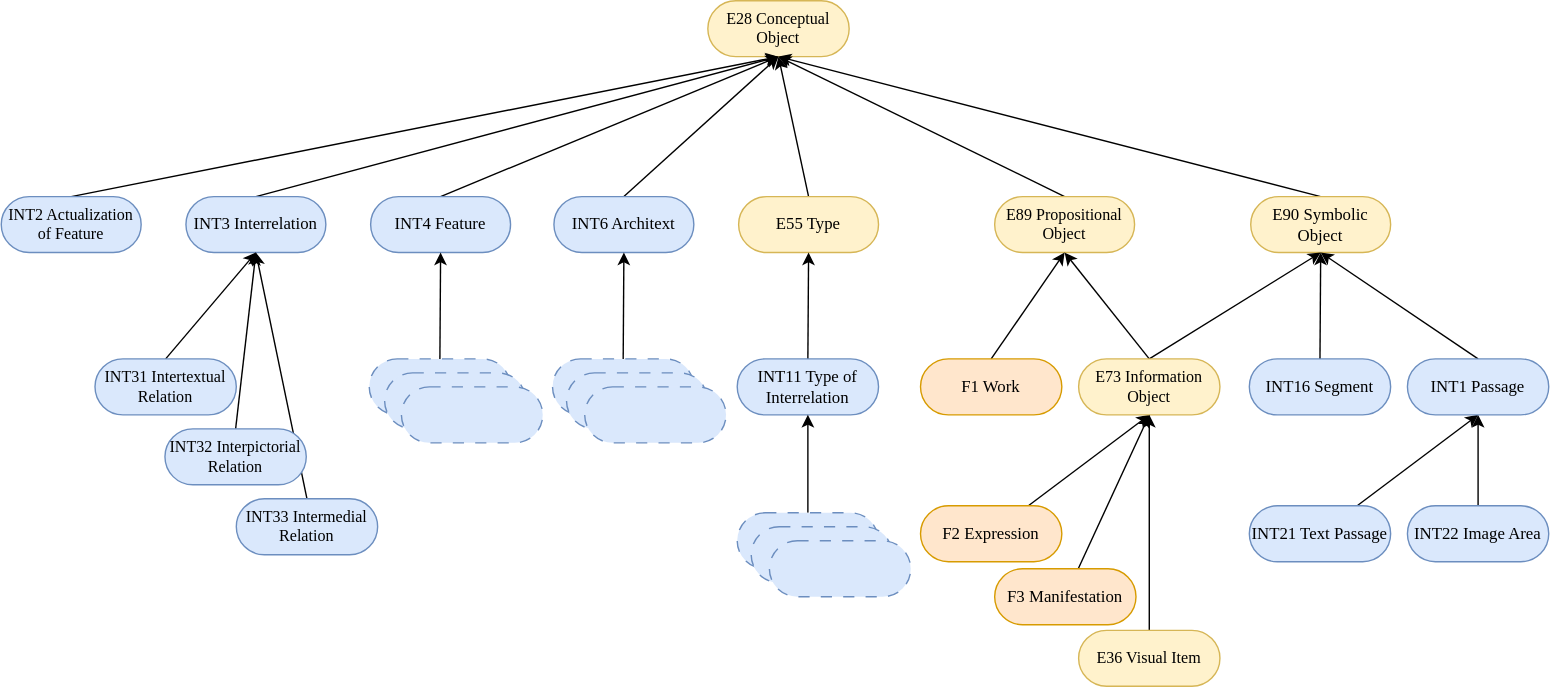
Above: img/INTRO_class_hierarchy.svg in BOberreither/INTRO (draw.io), before the change. Source tidied: cells renumbered, new cells last; positions are measured from the earlier drawing's top-left corner, leaving out a move shared by most shapes.
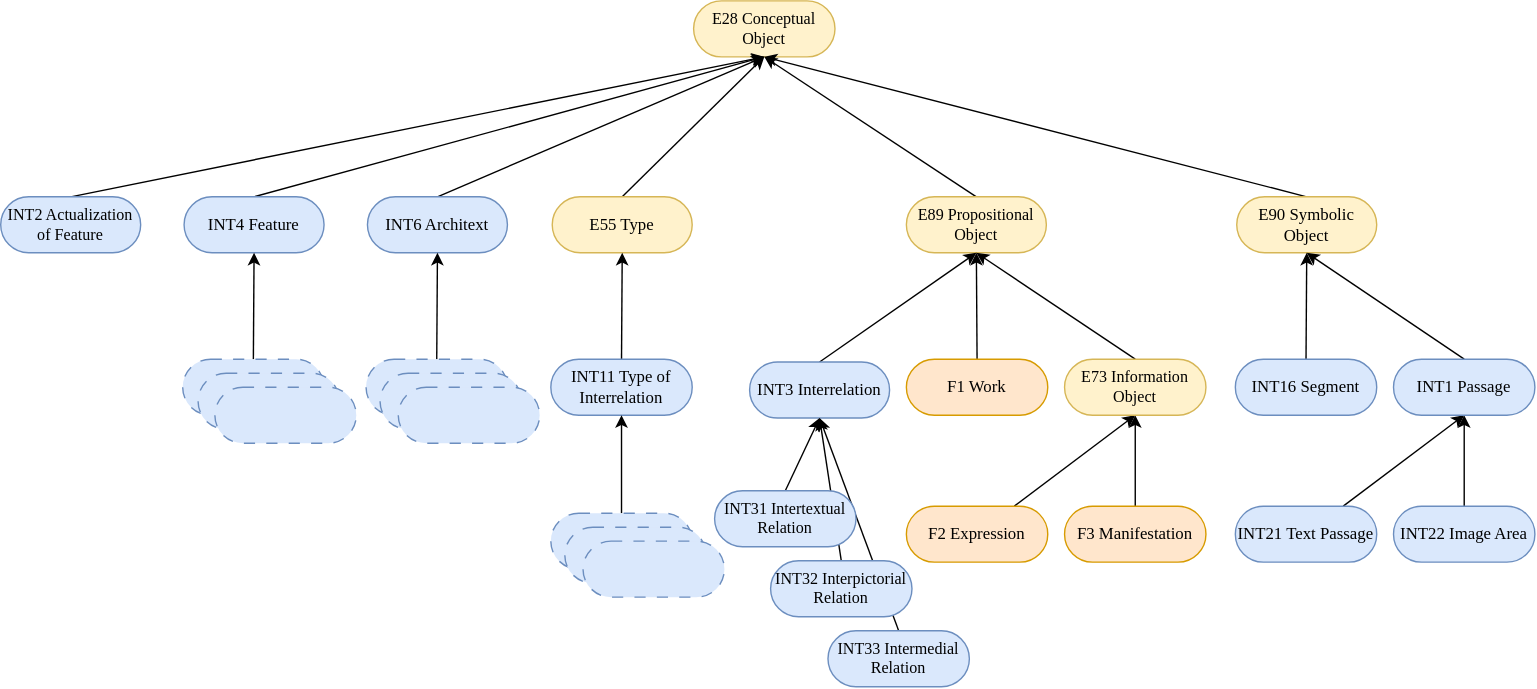
The same file after the commit.

What changed in the source:
```diff
@@ -9,13 +9,13 @@
       <mxGeometry relative="1" as="geometry" />
     </mxCell>
     <mxCell id="4" value="E55 Type&lt;span style=&quot;color: rgba(0, 0, 0, 0); font-size: 0px; text-align: start; text-wrap-mode: nowrap;&quot;&gt;%3CmxGraphModel%3E%3Croot%3E%3CmxCell%20id%3D%220%22%2F%3E%3CmxCell%20id%3D%221%22%20parent%3D%220%22%2F%3E%3CmxCell%20id%3D%222%22%20value%3D%22E28%20Conceptual%20Object%22%20style%3D%22rounded%3D1%3BwhiteSpace%3Dwrap%3Bhtml%3D1%3BperimeterSpacing%3D0%3BarcSize%3D50%3B%22%20vertex%3D%221%22%20parent%3D%221%22%3E%3CmxGeometry%20x%3D%22363%22%20y%3D%2220%22%20width%3D%22101%22%20height%3D%2240%22%20as%3D%22geometry%22%2F%3E%3C%2FmxCell%3E%3C%2Froot%3E%3C%2FmxGraphModel%3E&lt;/span&gt;" style="rounded=1;html=1;perimeterSpacing=0;arcSize=50;whiteSpace=wrap;fontFamily=Verdana;spacingTop=0;spacingBottom=0;spacing=2;fillColor=#fff2cc;strokeColor=#d6b656;" parent="1" vertex="1">
-      <mxGeometry x="527" y="140" width="100" height="40" as="geometry" />
+      <mxGeometry x="404" y="140" width="100" height="40" as="geometry" />
     </mxCell>
     <mxCell id="5" style="rounded=1;jettySize=auto;html=1;exitX=0.5;exitY=0;exitDx=0;exitDy=0;entryX=0.5;entryY=1;entryDx=0;entryDy=0;fontFamily=Verdana;spacingTop=0;spacingBottom=0;spacing=2;" parent="1" edge="1" source="6" target="2">
       <mxGeometry relative="1" as="geometry" />
     </mxCell>
     <mxCell id="6" value="E89 Propositional Object" style="rounded=1;html=1;perimeterSpacing=0;arcSize=50;whiteSpace=wrap;fontFamily=Verdana;spacingTop=0;spacingBottom=0;spacing=2;fillColor=#fff2cc;strokeColor=#d6b656;fontSize=11.5;" parent="1" vertex="1">
-      <mxGeometry x="710" y="140" width="100" height="40" as="geometry" />
+      <mxGeometry x="657" y="140" width="100" height="40" as="geometry" />
     </mxCell>
     <mxCell id="7" style="rounded=1;jettySize=auto;html=1;exitX=0.5;exitY=0;exitDx=0;exitDy=0;entryX=0.5;entryY=1;entryDx=0;entryDy=0;fontFamily=Verdana;spacingTop=0;spacingBottom=0;spacing=2;" parent="1" edge="1" source="8" target="2">
       <mxGeometry relative="1" as="geometry" />
@@ -27,25 +27,25 @@
       <mxGeometry relative="1" as="geometry" />
     </mxCell>
     <mxCell id="10" value="INT2 Actualization of Feature" style="rounded=1;html=1;perimeterSpacing=0;arcSize=50;whiteSpace=wrap;fontFamily=Verdana;spacingTop=0;spacingBottom=0;spacing=2;fillColor=#dae8fc;strokeColor=#6c8ebf;fontSize=11.5;" parent="1" vertex="1">
-      <mxGeometry y="140" width="100" height="40" as="geometry" />
+      <mxGeometry x="10" y="140" width="100" height="40" as="geometry" />
     </mxCell>
-    <mxCell id="11" style="rounded=1;jettySize=auto;html=1;exitX=0.5;exitY=0;exitDx=0;exitDy=0;entryX=0.5;entryY=1;entryDx=0;entryDy=0;fontFamily=Verdana;spacingTop=0;spacingBottom=0;spacing=2;" parent="1" edge="1" source="12" target="2">
+    <mxCell id="11" style="rounded=1;jettySize=auto;html=1;exitX=0.5;exitY=0;exitDx=0;exitDy=0;entryX=0.5;entryY=1;entryDx=0;entryDy=0;fontFamily=Verdana;spacingTop=0;spacingBottom=0;spacing=2;" parent="1" edge="1" source="12" target="6">
       <mxGeometry relative="1" as="geometry" />
     </mxCell>
     <mxCell id="12" value="INT3 Interrelation" style="rounded=1;html=1;perimeterSpacing=0;arcSize=50;whiteSpace=wrap;fontFamily=Verdana;spacingTop=0;spacingBottom=0;spacing=2;fillColor=#dae8fc;strokeColor=#6c8ebf;" parent="1" vertex="1">
-      <mxGeometry x="132" y="140" width="100" height="40" as="geometry" />
+      <mxGeometry x="545" y="258" width="100" height="40" as="geometry" />
     </mxCell>
     <mxCell id="13" style="rounded=1;jettySize=auto;html=1;exitX=0.5;exitY=0;exitDx=0;exitDy=0;entryX=0.5;entryY=1;entryDx=0;entryDy=0;fontFamily=Verdana;spacingTop=0;spacingBottom=0;spacing=2;" parent="1" edge="1" source="14" target="2">
       <mxGeometry relative="1" as="geometry" />
     </mxCell>
     <mxCell id="14" value="INT4 Feature" style="rounded=1;html=1;perimeterSpacing=0;arcSize=50;whiteSpace=wrap;fontFamily=Verdana;spacingTop=0;spacingBottom=0;spacing=2;fillColor=#dae8fc;strokeColor=#6c8ebf;" parent="1" vertex="1">
-      <mxGeometry x="264" y="140" width="100" height="40" as="geometry" />
+      <mxGeometry x="141" y="140" width="100" height="40" as="geometry" />
     </mxCell>
     <mxCell id="15" style="rounded=1;jettySize=auto;html=1;exitX=0.5;exitY=0;exitDx=0;exitDy=0;entryX=0.5;entryY=1;entryDx=0;entryDy=0;fontFamily=Verdana;spacingTop=0;spacingBottom=0;spacing=2;" parent="1" edge="1" source="16" target="2">
       <mxGeometry relative="1" as="geometry" />
     </mxCell>
     <mxCell id="16" value="INT6 Architext" style="rounded=1;html=1;perimeterSpacing=0;arcSize=50;whiteSpace=wrap;fontFamily=Verdana;spacingTop=0;spacingBottom=0;spacing=2;fillColor=#dae8fc;strokeColor=#6c8ebf;" parent="1" vertex="1">
-      <mxGeometry x="395" y="140" width="100" height="40" as="geometry" />
+      <mxGeometry x="272" y="140" width="100" height="40" as="geometry" />
     </mxCell>
     <mxCell id="17" style="rounded=1;jettySize=auto;html=1;exitX=0.5;exitY=0;exitDx=0;exitDy=0;entryX=0.5;entryY=1;entryDx=0;entryDy=0;fontFamily=Verdana;spacingTop=0;spacingBottom=0;spacing=2;" parent="1" edge="1" source="27" target="4">
       <mxGeometry relative="1" as="geometry" />
@@ -78,7 +78,7 @@
       <mxGeometry relative="1" as="geometry" />
     </mxCell>
     <mxCell id="27" value="INT11 Type of Interrelation" style="rounded=1;html=1;perimeterSpacing=0;arcSize=50;whiteSpace=wrap;fontFamily=Verdana;spacingTop=0;spacingBottom=0;spacing=2;fillColor=#dae8fc;strokeColor=#6c8ebf;" parent="1" vertex="1">
-      <mxGeometry x="526" y="256" width="101" height="40" as="geometry" />
+      <mxGeometry x="403" y="256" width="101" height="40" as="geometry" />
     </mxCell>
     <mxCell id="28" style="rounded=1;jettySize=auto;html=1;entryX=0.5;entryY=1;entryDx=0;entryDy=0;fontFamily=Verdana;spacingTop=0;spacingBottom=0;spacing=2;" parent="1" edge="1" source="29" target="44">
       <mxGeometry relative="1" as="geometry" />
@@ -105,23 +105,20 @@
       <mxGeometry x="657" y="361" width="101" height="40" as="geometry" />
     </mxCell>
     <mxCell id="36" value="F3 Manifestation" style="rounded=1;html=1;perimeterSpacing=0;arcSize=50;whiteSpace=wrap;fontFamily=Verdana;spacingTop=0;spacingBottom=0;spacing=2;fillColor=#ffe6cc;strokeColor=#d79b00;" parent="1" vertex="1">
-      <mxGeometry x="710" y="406" width="101" height="40" as="geometry" />
+      <mxGeometry x="770" y="361" width="101" height="40" as="geometry" />
     </mxCell>
     <mxCell id="37" value="INT31 Intertextual Relation" style="rounded=1;html=1;perimeterSpacing=0;arcSize=50;whiteSpace=wrap;fontFamily=Verdana;spacingTop=0;spacingBottom=0;spacing=2;fillColor=#dae8fc;strokeColor=#6c8ebf;fontSize=11.5;" parent="1" vertex="1">
-      <mxGeometry x="67" y="256" width="101" height="40" as="geometry" />
+      <mxGeometry x="520" y="350" width="101" height="40" as="geometry" />
     </mxCell>
     <mxCell id="38" value="INT32 Interpictorial Relation" style="rounded=1;html=1;perimeterSpacing=0;arcSize=50;whiteSpace=wrap;fontFamily=Verdana;spacingTop=0;spacingBottom=0;spacing=2;fillColor=#dae8fc;strokeColor=#6c8ebf;fontSize=11.5;" parent="1" vertex="1">
-      <mxGeometry x="117" y="306" width="101" height="40" as="geometry" />
+      <mxGeometry x="560" y="400" width="101" height="40" as="geometry" />
     </mxCell>
     <mxCell id="39" value="INT33 Intermedial Relation" style="rounded=1;html=1;perimeterSpacing=0;arcSize=50;whiteSpace=wrap;fontFamily=Verdana;spacingTop=0;spacingBottom=0;spacing=2;fillColor=#dae8fc;strokeColor=#6c8ebf;fontSize=11.5;" parent="1" vertex="1">
-      <mxGeometry x="168" y="356" width="101" height="40" as="geometry" />
+      <mxGeometry x="601" y="450" width="101" height="40" as="geometry" />
     </mxCell>
     <mxCell id="40" value="F1 Work" style="rounded=1;html=1;perimeterSpacing=0;arcSize=50;whiteSpace=wrap;fontFamily=Verdana;spacingTop=0;spacingBottom=0;spacing=2;fillColor=#ffe6cc;strokeColor=#d79b00;" parent="1" vertex="1">
       <mxGeometry x="657" y="256" width="101" height="40" as="geometry" />
     </mxCell>
-    <mxCell id="41" style="rounded=0;jettySize=auto;html=1;exitX=0.5;exitY=0;exitDx=0;exitDy=0;entryX=0.5;entryY=1;entryDx=0;entryDy=0;" parent="1" edge="1" source="42" target="8">
-      <mxGeometry relative="1" as="geometry" />
-    </mxCell>
     <mxCell id="42" value="E73 Information Object" style="rounded=1;html=1;perimeterSpacing=0;arcSize=50;whiteSpace=wrap;fontFamily=Verdana;spacingTop=0;spacingBottom=0;spacing=2;fillColor=#fff2cc;strokeColor=#d6b656;fontSize=11.5;" parent="1" vertex="1">
       <mxGeometry x="770" y="256" width="101" height="40" as="geometry" />
     </mxCell>
@@ -132,37 +129,31 @@
       <mxGeometry x="1005" y="256" width="101" height="40" as="geometry" />
     </mxCell>
     <mxCell id="45" style="rounded=1;html=1;perimeterSpacing=0;arcSize=50;dashed=1;dashPattern=8 8;whiteSpace=wrap;fontFamily=Verdana;spacingTop=0;spacingBottom=0;spacing=2;fillColor=#dae8fc;strokeColor=#6c8ebf;" parent="1" vertex="1">
-      <mxGeometry x="263" y="256" width="101" height="40" as="geometry" />
+      <mxGeometry x="140" y="256" width="101" height="40" as="geometry" />
     </mxCell>
     <mxCell id="46" style="rounded=1;html=1;perimeterSpacing=0;arcSize=50;dashed=1;dashPattern=8 8;whiteSpace=wrap;fontFamily=Verdana;spacingTop=0;spacingBottom=0;spacing=2;fillColor=#dae8fc;strokeColor=#6c8ebf;" parent="1" vertex="1">
-      <mxGeometry x="274" y="266" width="101" height="40" as="geometry" />
+      <mxGeometry x="151" y="266" width="101" height="40" as="geometry" />
     </mxCell>
     <mxCell id="47" style="rounded=1;html=1;perimeterSpacing=0;arcSize=50;dashed=1;dashPattern=8 8;whiteSpace=wrap;fontFamily=Verdana;spacingTop=0;spacingBottom=0;spacing=2;fillColor=#dae8fc;strokeColor=#6c8ebf;" parent="1" vertex="1">
-      <mxGeometry x="286" y="276" width="101" height="40" as="geometry" />
+      <mxGeometry x="163" y="276" width="101" height="40" as="geometry" />
     </mxCell>
     <mxCell id="48" style="rounded=1;html=1;perimeterSpacing=0;arcSize=50;dashed=1;dashPattern=8 8;whiteSpace=wrap;fontFamily=Verdana;spacingTop=0;spacingBottom=0;spacing=2;fillColor=#dae8fc;strokeColor=#6c8ebf;" parent="1" vertex="1">
-      <mxGeometry x="394" y="256" width="101" height="40" as="geometry" />
+      <mxGeometry x="271" y="256" width="101" height="40" as="geometry" />
     </mxCell>
     <mxCell id="49" style="rounded=1;html=1;perimeterSpacing=0;arcSize=50;dashed=1;dashPattern=8 8;whiteSpace=wrap;fontFamily=Verdana;spacingTop=0;spacingBottom=0;spacing=2;fillColor=#dae8fc;strokeColor=#6c8ebf;" parent="1" vertex="1">
-      <mxGeometry x="404" y="266" width="101" height="40" as="geometry" />
+      <mxGeometry x="281" y="266" width="101" height="40" as="geometry" />
     </mxCell>
     <mxCell id="50" style="rounded=1;html=1;perimeterSpacing=0;arcSize=50;dashed=1;dashPattern=8 8;whiteSpace=wrap;fontFamily=Verdana;spacingTop=0;spacingBottom=0;spacing=2;fillColor=#dae8fc;strokeColor=#6c8ebf;" parent="1" vertex="1">
-      <mxGeometry x="417" y="276" width="101" height="40" as="geometry" />
+      <mxGeometry x="294" y="276" width="101" height="40" as="geometry" />
     </mxCell>
     <mxCell id="51" style="rounded=1;html=1;perimeterSpacing=0;arcSize=50;dashed=1;dashPattern=8 8;whiteSpace=wrap;fontFamily=Verdana;spacingTop=0;spacingBottom=0;spacing=2;fillColor=#dae8fc;strokeColor=#6c8ebf;" parent="1" vertex="1">
-      <mxGeometry x="526" y="366" width="101" height="40" as="geometry" />
+      <mxGeometry x="403" y="366" width="101" height="40" as="geometry" />
     </mxCell>
     <mxCell id="52" style="rounded=1;html=1;perimeterSpacing=0;arcSize=50;dashed=1;dashPattern=8 8;whiteSpace=wrap;fontFamily=Verdana;spacingTop=0;spacingBottom=0;spacing=2;fillColor=#dae8fc;strokeColor=#6c8ebf;" parent="1" vertex="1">
-      <mxGeometry x="536" y="376" width="101" height="40" as="geometry" />
+      <mxGeometry x="413" y="376" width="101" height="40" as="geometry" />
     </mxCell>
     <mxCell id="53" style="rounded=1;html=1;perimeterSpacing=0;arcSize=50;dashed=1;dashPattern=8 8;whiteSpace=wrap;fontFamily=Verdana;spacingTop=0;spacingBottom=0;spacing=2;fillColor=#dae8fc;strokeColor=#6c8ebf;" parent="1" vertex="1">
-      <mxGeometry x="549" y="386" width="101" height="40" as="geometry" />
+      <mxGeometry x="426" y="386" width="101" height="40" as="geometry" />
     </mxCell>
-    <mxCell id="54" style="edgeStyle=orthogonalEdgeStyle;rounded=0;jettySize=auto;html=1;entryX=0.5;entryY=1;entryDx=0;entryDy=0;" parent="1" edge="1" source="55" target="42">
-      <mxGeometry relative="1" as="geometry" />
-    </mxCell>
-    <mxCell id="55" value="E36 Visual Item" style="rounded=1;html=1;perimeterSpacing=0;arcSize=50;whiteSpace=wrap;fontFamily=Verdana;spacingTop=0;spacingBottom=0;spacing=2;fillColor=#fff2cc;strokeColor=#d6b656;fontSize=11.5;" parent="1" vertex="1">
-      <mxGeometry x="770" y="450" width="101" height="40" as="geometry" />
-    </mxCell>
   </root>
 </mxGraphModel>
```
